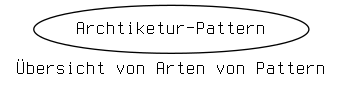
Before: Software/Pattern/overview.png, a diagram exported from Graphviz (tjohann/my_common_docs). Its source is kept beside it as Software/Pattern/overview.gv. Its diagram source:
```dot
/*
 * see https://www.heise.de/blog/Ein-erster-Ueberblick-Design-Patterns-und-Architekturmuster-mit-C-7147402.html
 */

digraph "" {
	 fontname = "Terminus"
	 node[fontname = "Terminus"]
	 edge[fontname = "Terminus,bold"]

	 label = "Übersicht von Arten von Pattern"

	 ranksep = 0.7
	 nodesep = 1.0
	 compound = true

	 node[shape = ellipse]
	 Arch[label = "Archtiketur-Pattern"]

 }
```
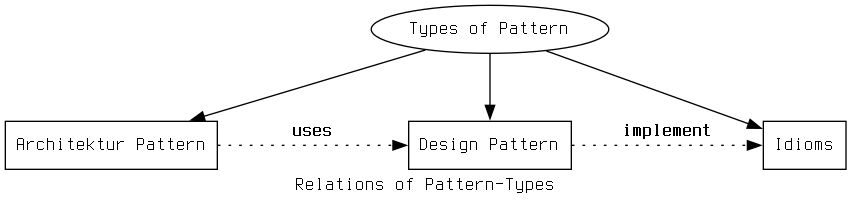
Later version of the same file.

Commit message:
add some topics around pattern

Change to the diagram source:
```diff
@@ -7,13 +7,26 @@
 	 node[fontname = "Terminus"]
 	 edge[fontname = "Terminus,bold"]
 
-	 label = "Übersicht von Arten von Pattern"
+	 label = "Relations of Pattern-Types"
 
 	 ranksep = 0.7
 	 nodesep = 1.0
 	 compound = true
 
 	 node[shape = ellipse]
-	 Arch[label = "Archtiketur-Pattern"]
+	 arch_types[label = "Types of Pattern"]
 
+	 node[shape = box]
+	 arch_pattern[label = "Architektur Pattern"]
+	 design_pattern[label = "Design Pattern"]
+	 idioms[label = "Idioms"]
+
+	 { rank = same; arch_pattern; design_pattern; idioms}
+
+	 arch_types -> arch_pattern
+ 	 arch_types -> design_pattern
+ 	 arch_types -> idioms
+
+	 arch_pattern -> design_pattern [style = bold, style = dotted, label = "uses"]
+	 design_pattern -> idioms [style = bold, style = dotted, label = "implement"]
  }
```
